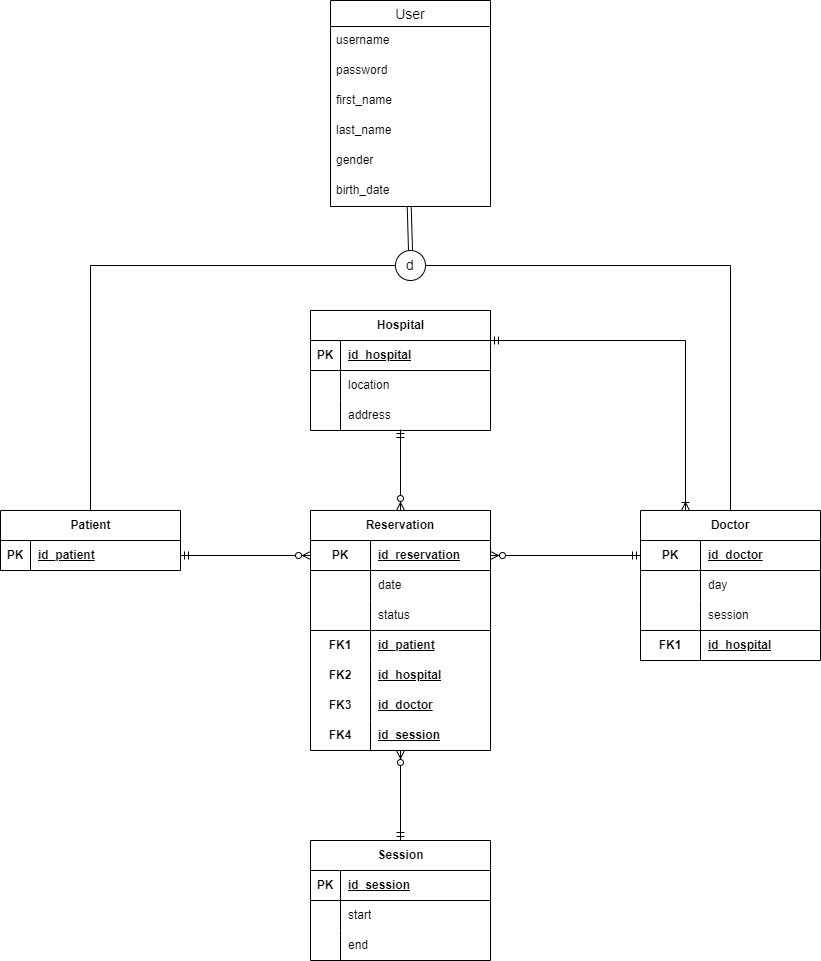
This is screenshot/erd.png from ahmadsubhand/Basdat_P1_Kelompok11_2023, a draw.io export, as it was before one commit. Source tidied: cells renumbered, new cells last; positions are measured from the earlier drawing's top-left corner, leaving out a move shared by most shapes.
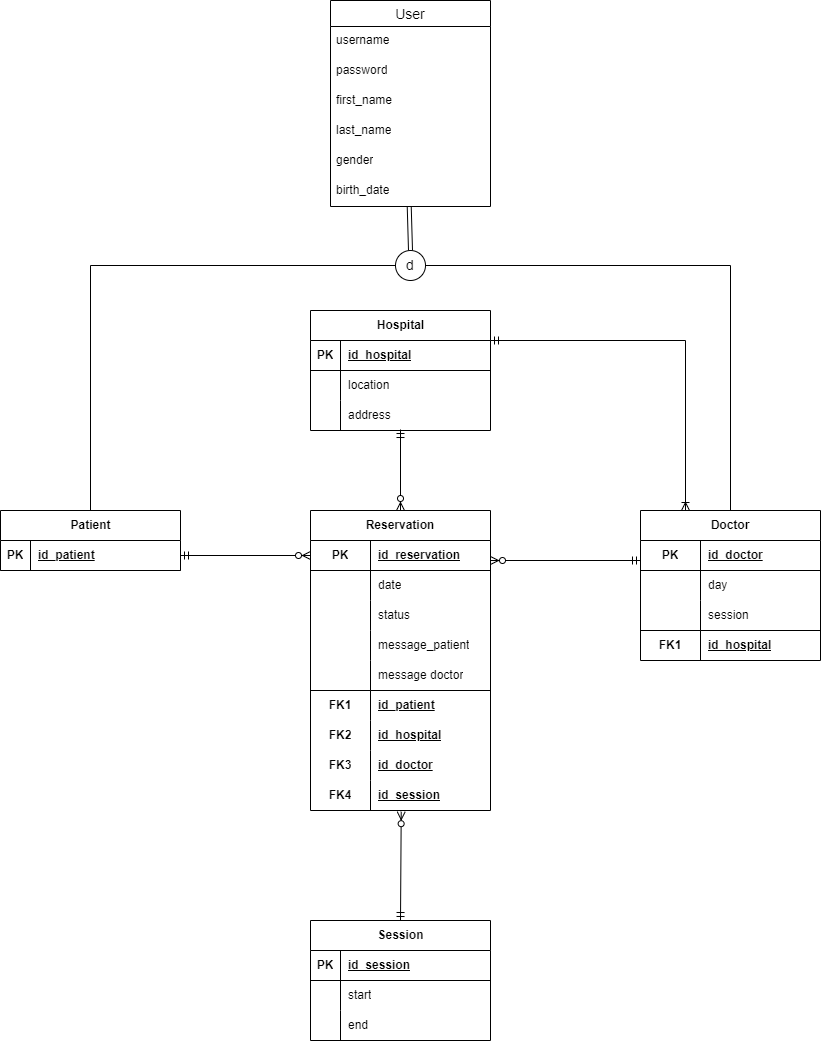
After the change.

Change to the diagram source:
```diff
@@ -15,7 +15,7 @@
       <mxGeometry x="30" width="150" height="30" as="geometry" />
     </mxCell>
     <mxCell id="6" value="Session" style="shape=table;startSize=30;rowLines=0;fontStyle=1;align=center;html=1;" parent="1" vertex="1">
-      <mxGeometry x="310" y="840" width="180" height="120" as="geometry" />
+      <mxGeometry x="310" y="920" width="180" height="120" as="geometry" />
     </mxCell>
     <mxCell id="7" style="shape=tableRow;horizontal=0;startSize=0;swimlaneHead=0;swimlaneBody=0;fillColor=none;top=0;left=0;right=0;bottom=1;" parent="6" vertex="1">
       <mxGeometry y="30" width="180" height="30" as="geometry" />
@@ -114,7 +114,7 @@
       <mxGeometry x="60" width="120" height="30" as="geometry" />
     </mxCell>
     <mxCell id="39" value="Reservation" style="shape=table;startSize=30;rowLines=0;fontStyle=1;align=center;html=1;whiteSpace=wrap;" parent="1" vertex="1">
-      <mxGeometry x="310" y="510" width="180" height="240" as="geometry" />
+      <mxGeometry x="310" y="510" width="180" height="300" as="geometry" />
     </mxCell>
     <mxCell id="40" style="shape=tableRow;horizontal=0;startSize=0;swimlaneHead=0;swimlaneBody=0;fillColor=none;points=[[0,0.5],[1,0.5]];portConstraint=eastwest;top=0;left=0;right=0;bottom=1;html=1;" parent="39" vertex="1">
       <mxGeometry y="30" width="180" height="30" as="geometry" />
@@ -143,8 +143,26 @@
     <mxCell id="48" value="status" style="shape=partialRectangle;fillColor=none;top=0;left=0;bottom=0;right=0;align=left;spacingLeft=6;overflow=hidden;html=1;whiteSpace=wrap;fontStyle=0;" parent="46" vertex="1">
       <mxGeometry x="60" width="120" height="30" as="geometry" />
     </mxCell>
+    <mxCell id="80" style="shape=tableRow;horizontal=0;startSize=0;swimlaneHead=0;swimlaneBody=0;fillColor=none;top=0;left=0;right=0;bottom=0;html=1;fontStyle=5;" parent="39" vertex="1">
+      <mxGeometry y="120" width="180" height="30" as="geometry" />
+    </mxCell>
+    <mxCell id="81" style="shape=partialRectangle;fillColor=none;top=0;left=0;bottom=0;right=0;overflow=hidden;html=1;whiteSpace=wrap;fontStyle=1;" parent="80" vertex="1">
+      <mxGeometry width="60" height="30" as="geometry" />
+    </mxCell>
+    <mxCell id="82" value="message_patient" style="shape=partialRectangle;fillColor=none;top=0;left=0;bottom=0;right=0;align=left;spacingLeft=6;overflow=hidden;html=1;whiteSpace=wrap;fontStyle=0;" parent="80" vertex="1">
+      <mxGeometry x="60" width="120" height="30" as="geometry" />
+    </mxCell>
+    <mxCell id="83" style="shape=tableRow;horizontal=0;startSize=0;swimlaneHead=0;swimlaneBody=0;fillColor=none;top=0;left=0;right=0;bottom=0;html=1;fontStyle=5;" parent="39" vertex="1">
+      <mxGeometry y="150" width="180" height="30" as="geometry" />
+    </mxCell>
+    <mxCell id="84" style="shape=partialRectangle;fillColor=none;top=0;left=0;bottom=0;right=0;overflow=hidden;html=1;whiteSpace=wrap;fontStyle=1;" parent="83" vertex="1">
+      <mxGeometry width="60" height="30" as="geometry" />
+    </mxCell>
+    <mxCell id="85" value="message doctor" style="shape=partialRectangle;fillColor=none;top=0;left=0;bottom=0;right=0;align=left;spacingLeft=6;overflow=hidden;html=1;whiteSpace=wrap;fontStyle=0;" parent="83" vertex="1">
+      <mxGeometry x="60" width="120" height="30" as="geometry" />
+    </mxCell>
     <mxCell id="49" style="shape=tableRow;horizontal=0;startSize=0;swimlaneHead=0;swimlaneBody=0;fillColor=none;top=0;left=0;right=0;bottom=0;html=1;fontStyle=5;" parent="39" vertex="1">
-      <mxGeometry y="120" width="180" height="30" as="geometry" />
+      <mxGeometry y="180" width="180" height="30" as="geometry" />
     </mxCell>
     <mxCell id="50" value="FK1" style="shape=partialRectangle;fillColor=none;top=1;left=0;bottom=0;right=0;overflow=hidden;html=1;whiteSpace=wrap;fontStyle=1;" parent="49" vertex="1">
       <mxGeometry width="60" height="30" as="geometry" />
@@ -153,7 +171,7 @@
       <mxGeometry x="60" width="120" height="30" as="geometry" />
     </mxCell>
     <mxCell id="52" style="shape=tableRow;horizontal=0;startSize=0;swimlaneHead=0;swimlaneBody=0;fillColor=none;top=0;left=0;right=0;bottom=0;html=1;" parent="39" vertex="1">
-      <mxGeometry y="150" width="180" height="30" as="geometry" />
+      <mxGeometry y="210" width="180" height="30" as="geometry" />
     </mxCell>
     <mxCell id="53" value="FK2" style="shape=partialRectangle;fillColor=none;top=0;left=0;bottom=0;right=0;overflow=hidden;html=1;whiteSpace=wrap;fontStyle=1;" parent="52" vertex="1">
       <mxGeometry width="60" height="30" as="geometry" />
@@ -162,7 +180,7 @@
       <mxGeometry x="60" width="120" height="30" as="geometry" />
     </mxCell>
     <mxCell id="55" style="shape=tableRow;horizontal=0;startSize=0;swimlaneHead=0;swimlaneBody=0;fillColor=none;top=0;left=0;right=0;bottom=0;html=1;" parent="39" vertex="1">
-      <mxGeometry y="180" width="180" height="30" as="geometry" />
+      <mxGeometry y="240" width="180" height="30" as="geometry" />
     </mxCell>
     <mxCell id="56" value="FK3" style="shape=partialRectangle;fillColor=none;top=0;left=0;bottom=0;right=0;overflow=hidden;html=1;whiteSpace=wrap;fontStyle=1;" parent="55" vertex="1">
       <mxGeometry width="60" height="30" as="geometry" />
@@ -171,7 +189,7 @@
       <mxGeometry x="60" width="120" height="30" as="geometry" />
     </mxCell>
     <mxCell id="58" style="shape=tableRow;horizontal=0;startSize=0;swimlaneHead=0;swimlaneBody=0;fillColor=none;points=[[0,0.5],[1,0.5]];portConstraint=eastwest;top=0;left=0;right=0;bottom=0;html=1;" parent="39" vertex="1">
-      <mxGeometry y="210" width="180" height="30" as="geometry" />
+      <mxGeometry y="270" width="180" height="30" as="geometry" />
     </mxCell>
     <mxCell id="59" value="FK4" style="shape=partialRectangle;fillColor=none;top=0;left=0;bottom=0;right=0;overflow=hidden;html=1;whiteSpace=wrap;fontStyle=1;" parent="58" vertex="1">
       <mxGeometry width="60" height="30" as="geometry" />
@@ -182,14 +200,9 @@
     <mxCell id="61" style="edgeStyle=orthogonalEdgeStyle;fontSize=12;html=1;endArrow=ERzeroToMany;startArrow=ERmandOne;rounded=0;entryX=0.5;entryY=0;entryDx=0;entryDy=0;exitX=0.5;exitY=0.967;exitDx=0;exitDy=0;exitPerimeter=0;" parent="1" edge="1" source="23" target="39">
       <mxGeometry relative="1" as="geometry" />
     </mxCell>
-    <mxCell id="62" style="fontSize=12;html=1;endArrow=ERzeroToMany;startArrow=ERmandOne;rounded=0;exitX=0.5;exitY=0;exitDx=0;exitDy=0;" parent="1" edge="1" source="6">
-      <mxGeometry relative="1" as="geometry">
-        <mxPoint x="400" y="750" as="targetPoint" />
-      </mxGeometry>
+    <mxCell id="62" style="fontSize=12;html=1;endArrow=ERzeroToMany;startArrow=ERmandOne;rounded=0;exitX=0.5;exitY=0;exitDx=0;exitDy=0;entryX=0.504;entryY=1.04;entryDx=0;entryDy=0;entryPerimeter=0;" parent="1" edge="1" source="6" target="58">
+      <mxGeometry relative="1" as="geometry" />
     </mxCell>
-    <mxCell id="63" style="edgeStyle=orthogonalEdgeStyle;fontSize=12;html=1;endArrow=ERzeroToMany;startArrow=ERmandOne;rounded=0;entryX=1;entryY=0.5;entryDx=0;entryDy=0;exitX=0;exitY=0.5;exitDx=0;exitDy=0;" parent="1" edge="1" source="x" target="40">
-      <mxGeometry relative="1" as="geometry" />
-    </mxCell>
     <mxCell id="64" style="edgeStyle=orthogonalEdgeStyle;fontSize=12;html=1;endArrow=ERzeroToMany;startArrow=ERmandOne;rounded=0;entryX=0;entryY=0.5;entryDx=0;entryDy=0;exitX=1;exitY=0.5;exitDx=0;exitDy=0;" parent="1" edge="1" source="3" target="40">
       <mxGeometry relative="1" as="geometry" />
     </mxCell>
@@ -235,8 +248,11 @@
     <mxCell id="78" style="endArrow=none;html=1;rounded=0;exitX=1;exitY=0.5;exitDx=0;exitDy=0;entryX=0.5;entryY=0;entryDx=0;entryDy=0;edgeStyle=orthogonalEdgeStyle;" parent="1" edge="1" source="76" target="26">
       <mxGeometry relative="1" as="geometry" />
     </mxCell>
-    <mxCell id="79" style="edgeStyle=orthogonalEdgeStyle;fontSize=12;html=1;endArrow=ERzeroToMany;startArrow=ERmandOne;rounded=0;entryX=1;entryY=0.5;entryDx=0;entryDy=0;exitX=0;exitY=0.5;exitDx=0;exitDy=0;" parent="1" edge="1" source="27" target="40">
-      <mxGeometry relative="1" as="geometry" />
+    <mxCell id="79" style="edgeStyle=orthogonalEdgeStyle;fontSize=12;html=1;endArrow=ERzeroToMany;startArrow=ERmandOne;rounded=0;entryX=1;entryY=0.5;entryDx=0;entryDy=0;exitX=0;exitY=0.5;exitDx=0;exitDy=0;" parent="1" edge="1">
+      <mxGeometry relative="1" as="geometry">
+        <mxPoint x="640" y="560" as="sourcePoint" />
+        <mxPoint x="490" y="560" as="targetPoint" />
+      </mxGeometry>
     </mxCell>
   </root>
 </mxGraphModel>
```
